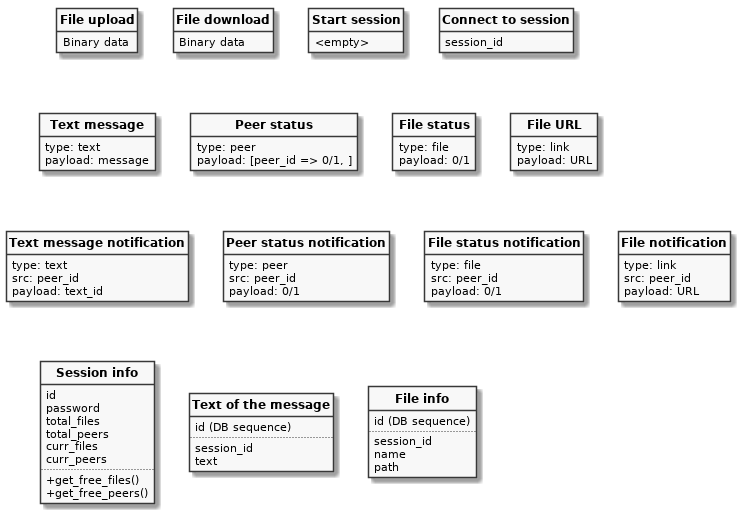
zhmylove/vonf keeps this PlantUML diagram as arch/data_entities.png. Above is the earlier version.
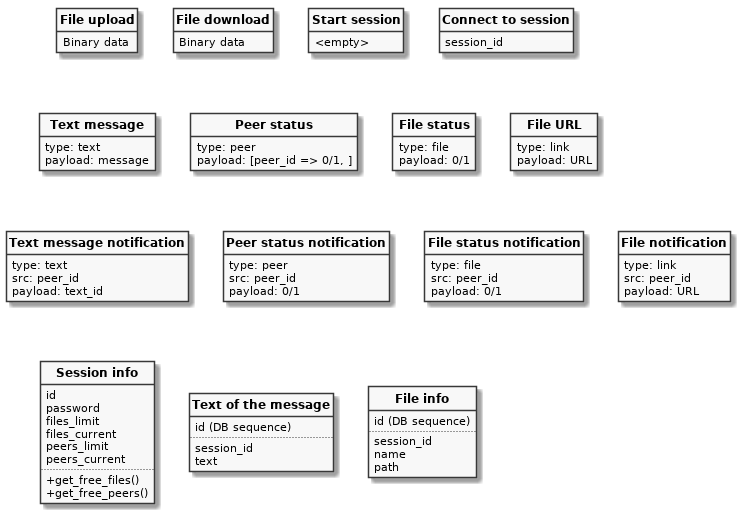
The same diagram one commit later.

Commit message:
Add model, ER, update entities and sequence

What changed in the source:
```diff
@@ -56,10 +56,10 @@
 class "Session info" {
  id
  password
- total_files
- total_peers
- curr_files
- curr_peers
+ files_limit
+ files_current
+ peers_limit
+ peers_current
  ..
  +get_free_files()
  +get_free_peers()
```
